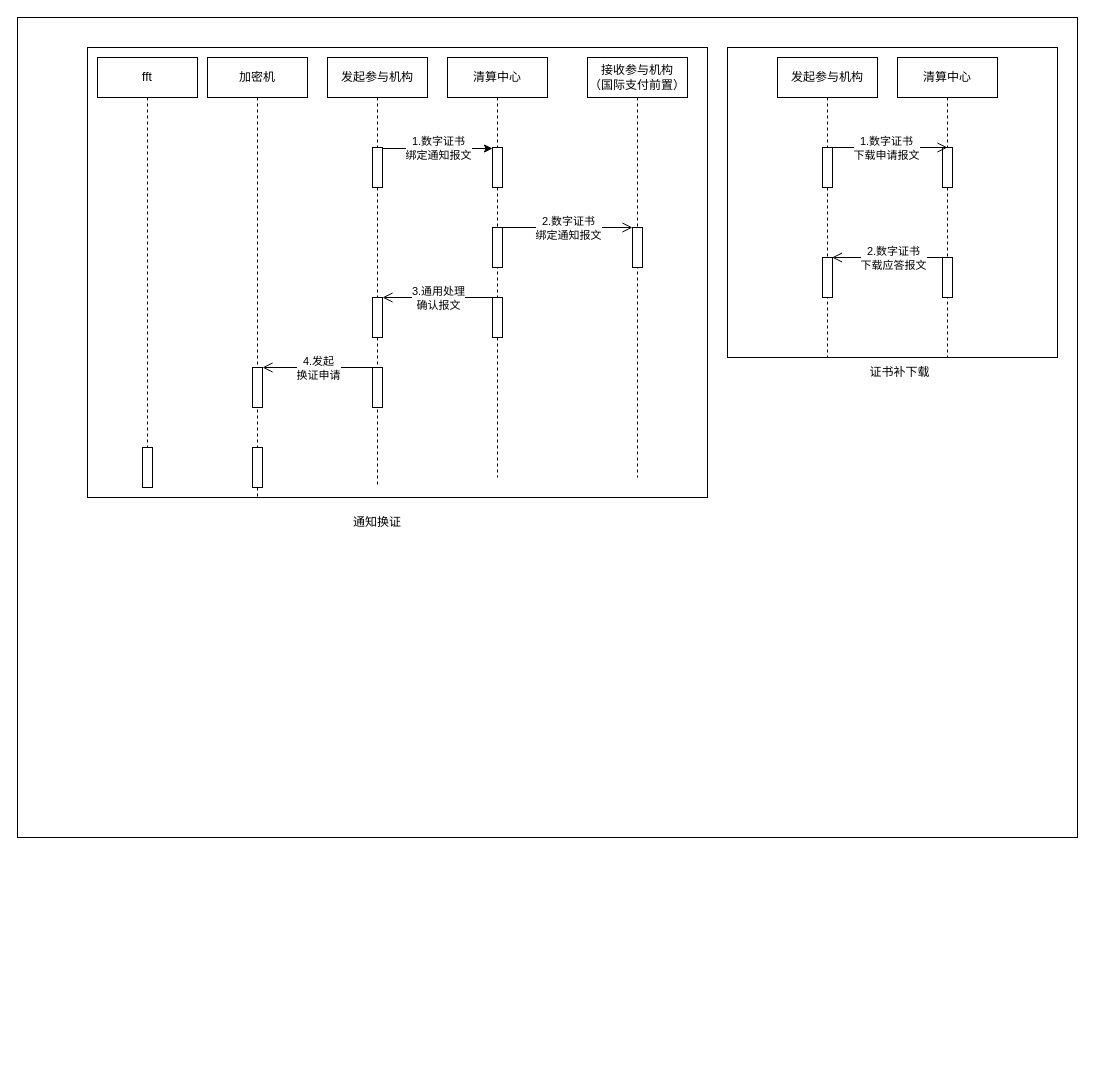
This is 密钥证书改造方案.drawio from wuchenxi123/draw, a draw.io file, before an edit. Source tidied: cells renumbered, new cells numbered last; positions are measured from the earlier drawing's top-left corner, leaving out a move shared by most shapes. Both pictures are drawn from the tidied source at 100%, with x=0, y=0 at pixel (17, 17).
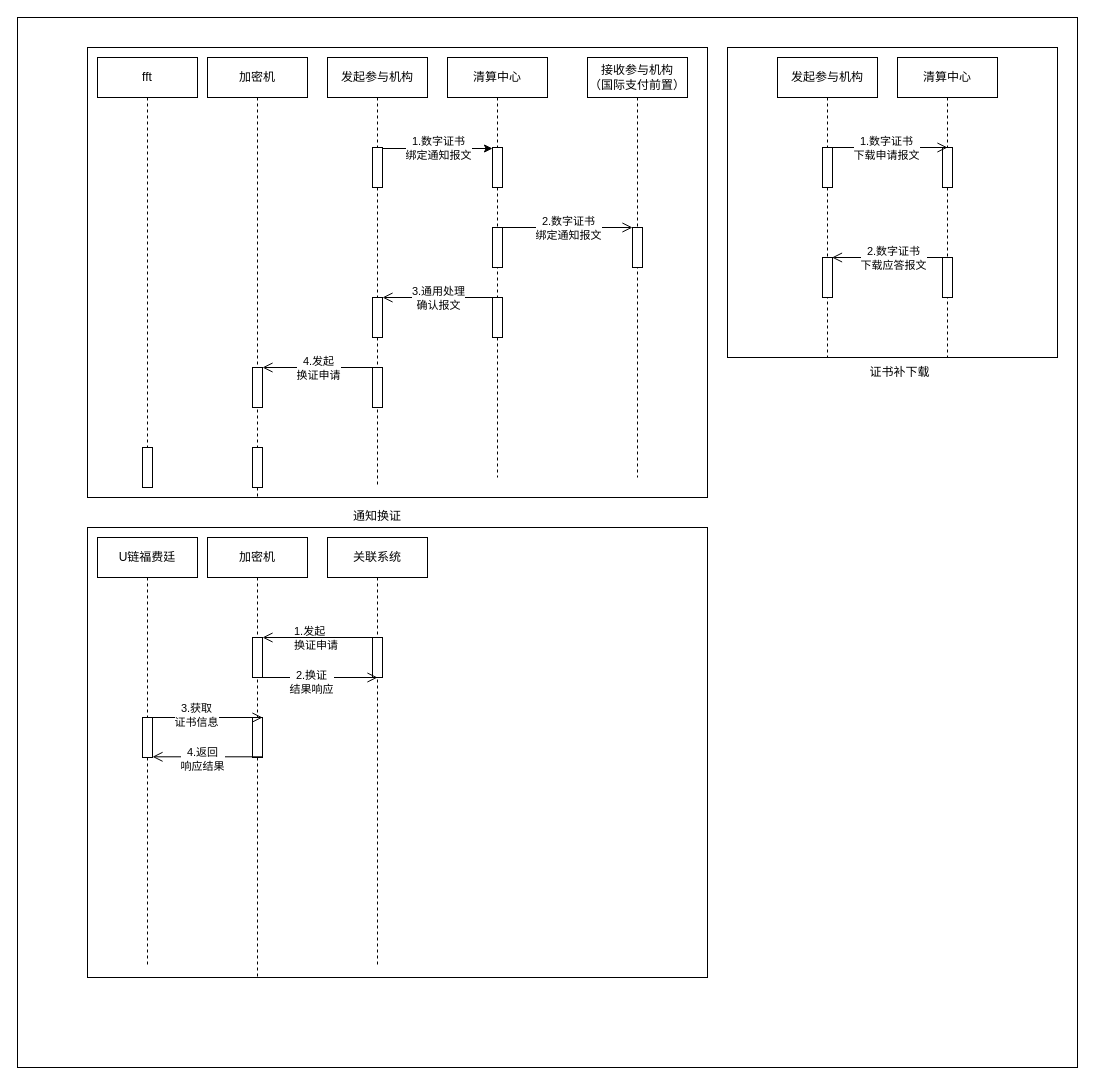
Above is the later version.

Commit message:
密钥证书改造方案.drawio

Change to the diagram source:
```diff
@@
     <mxCell id="2" style="rounded=0;whiteSpace=wrap;html=1;" parent="1" vertex="1">
-      <mxGeometry width="1060" height="820" as="geometry" />
+      <mxGeometry width="1060" height="1050" as="geometry" />
     </mxCell>
@@
     <mxCell id="30" value="通知换证" style="text;html=1;strokeColor=none;fillColor=none;align=center;verticalAlign=middle;whiteSpace=wrap;rounded=0;" parent="1" vertex="1">
-      <mxGeometry x="330" y="490" width="60" height="30" as="geometry" />
+      <mxGeometry x="330" y="484" width="60" height="30" as="geometry" />
     </mxCell>
@@
+    <mxCell id="40" style="rounded=0;whiteSpace=wrap;html=1;" parent="1" vertex="1">
+      <mxGeometry x="70" y="510" width="620" height="450" as="geometry" />
+    </mxCell>
+    <mxCell id="41" value="关联系统" style="shape=umlLifeline;perimeter=lifelinePerimeter;whiteSpace=wrap;html=1;newEdgeStyle={&quot;edgeStyle&quot;:&quot;elbowEdgeStyle&quot;,&quot;elbow&quot;:&quot;vertical&quot;,&quot;curved&quot;:0,&quot;rounded&quot;:0};" parent="1" vertex="1">
+      <mxGeometry x="310" y="520" width="100" height="430" as="geometry" />
+    </mxCell>
+    <mxCell id="42" style="html=1;perimeter=orthogonalPerimeter;targetShapes=umlLifeline;newEdgeStyle={&quot;curved&quot;:0,&quot;rounded&quot;:0};" parent="41" vertex="1">
+      <mxGeometry x="45" y="100" width="10" height="40" as="geometry" />
+    </mxCell>
+    <mxCell id="43" value="加密机" style="shape=umlLifeline;perimeter=lifelinePerimeter;whiteSpace=wrap;html=1;newEdgeStyle={&quot;edgeStyle&quot;:&quot;elbowEdgeStyle&quot;,&quot;elbow&quot;:&quot;vertical&quot;,&quot;curved&quot;:0,&quot;rounded&quot;:0};" parent="1" vertex="1">
+      <mxGeometry x="190" y="520" width="100" height="440" as="geometry" />
+    </mxCell>
+    <mxCell id="44" style="html=1;perimeter=orthogonalPerimeter;targetShapes=umlLifeline;newEdgeStyle={&quot;curved&quot;:0,&quot;rounded&quot;:0};" parent="43" vertex="1">
+      <mxGeometry x="45" y="100" width="10" height="40" as="geometry" />
+    </mxCell>
+    <mxCell id="45" style="html=1;perimeter=orthogonalPerimeter;targetShapes=umlLifeline;newEdgeStyle={&quot;curved&quot;:0,&quot;rounded&quot;:0};" parent="43" vertex="1">
+      <mxGeometry x="45" y="180" width="10" height="40" as="geometry" />
+    </mxCell>
+    <mxCell id="46" style="endArrow=open;startArrow=none;endFill=0;startFill=0;endSize=8;html=1;verticalAlign=bottom;labelBackgroundColor=none;strokeWidth=1;rounded=0;" parent="1" edge="1">
+      <mxGeometry relative="1" as="geometry">
+        <mxPoint x="355" y="620" as="sourcePoint" />
+        <mxPoint x="245" y="620" as="targetPoint" />
+      </mxGeometry>
+    </mxCell>
+    <mxCell id="47" value="U链福费廷" style="shape=umlLifeline;perimeter=lifelinePerimeter;whiteSpace=wrap;html=1;newEdgeStyle={&quot;edgeStyle&quot;:&quot;elbowEdgeStyle&quot;,&quot;elbow&quot;:&quot;vertical&quot;,&quot;curved&quot;:0,&quot;rounded&quot;:0};" parent="1" vertex="1">
+      <mxGeometry x="80" y="520" width="100" height="430" as="geometry" />
+    </mxCell>
+    <mxCell id="48" style="html=1;perimeter=orthogonalPerimeter;targetShapes=umlLifeline;newEdgeStyle={&quot;curved&quot;:0,&quot;rounded&quot;:0};" parent="47" vertex="1">
+      <mxGeometry x="45" y="180" width="10" height="40" as="geometry" />
+    </mxCell>
+    <mxCell id="49" value="&lt;span style=&quot;color: rgb(0, 0, 0); font-family: Helvetica; font-size: 11px; font-style: normal; font-variant-ligatures: normal; font-variant-caps: normal; font-weight: 400; letter-spacing: normal; orphans: 2; text-align: center; text-indent: 0px; text-transform: none; widows: 2; word-spacing: 0px; -webkit-text-stroke-width: 0px; background-color: rgb(255, 255, 255); text-decoration-thickness: initial; text-decoration-style: initial; text-decoration-color: initial; float: none; display: inline !important;&quot;&gt;1.发起&lt;/span&gt;&lt;br style=&quot;border-color: var(--border-color); color: rgb(0, 0, 0); font-family: Helvetica; font-size: 11px; font-style: normal; font-variant-ligatures: normal; font-variant-caps: normal; font-weight: 400; letter-spacing: normal; orphans: 2; text-align: center; text-indent: 0px; text-transform: none; widows: 2; word-spacing: 0px; -webkit-text-stroke-width: 0px; text-decoration-thickness: initial; text-decoration-style: initial; text-decoration-color: initial;&quot;&gt;&lt;span style=&quot;color: rgb(0, 0, 0); font-family: Helvetica; font-size: 11px; font-style: normal; font-variant-ligatures: normal; font-variant-caps: normal; font-weight: 400; letter-spacing: normal; orphans: 2; text-align: center; text-indent: 0px; text-transform: none; widows: 2; word-spacing: 0px; -webkit-text-stroke-width: 0px; background-color: rgb(255, 255, 255); text-decoration-thickness: initial; text-decoration-style: initial; text-decoration-color: initial; float: none; display: inline !important;&quot;&gt;换证申请&lt;/span&gt;" style="text;whiteSpace=wrap;html=1;" parent="1" vertex="1">
+      <mxGeometry x="275" y="600" width="80" height="50" as="geometry" />
+    </mxCell>
+    <mxCell id="50" style="endArrow=open;startArrow=none;endFill=0;startFill=0;endSize=8;html=1;verticalAlign=bottom;labelBackgroundColor=none;strokeWidth=1;rounded=0;" parent="1" edge="1">
+      <mxGeometry relative="1" as="geometry">
+        <mxPoint x="240" y="660" as="sourcePoint" />
+        <mxPoint x="360" y="660" as="targetPoint" />
+      </mxGeometry>
+    </mxCell>
+    <mxCell id="51" value="2.换证&lt;br&gt;结果响应" style="edgeLabel;html=1;align=center;verticalAlign=middle;" parent="50" vertex="1">
+      <mxGeometry x="-0.12" y="-4" relative="1" as="geometry" />
+    </mxCell>
+    <mxCell id="52" style="endArrow=open;startArrow=none;endFill=0;startFill=0;endSize=8;html=1;verticalAlign=bottom;labelBackgroundColor=none;strokeWidth=1;rounded=0;" parent="1" edge="1">
+      <mxGeometry relative="1" as="geometry">
+        <mxPoint x="125" y="700" as="sourcePoint" />
+        <mxPoint x="245" y="700" as="targetPoint" />
+      </mxGeometry>
+    </mxCell>
+    <mxCell id="53" value="3.获取&lt;br&gt;证书信息" style="edgeLabel;html=1;align=center;verticalAlign=middle;" parent="52" vertex="1">
+      <mxGeometry x="-0.13" y="3" relative="1" as="geometry">
+        <mxPoint x="1" as="offset" />
+      </mxGeometry>
+    </mxCell>
+    <mxCell id="54" style="endArrow=open;startArrow=none;endFill=0;startFill=0;endSize=8;html=1;verticalAlign=bottom;labelBackgroundColor=none;strokeWidth=1;rounded=0;" parent="1" edge="1">
+      <mxGeometry relative="1" as="geometry">
+        <mxPoint x="245" y="739.3" as="sourcePoint" />
+        <mxPoint x="135" y="739.3" as="targetPoint" />
+      </mxGeometry>
+    </mxCell>
+    <mxCell id="55" value="4.返回&lt;br&gt;响应结果" style="edgeLabel;html=1;align=center;verticalAlign=middle;" parent="54" vertex="1">
+      <mxGeometry x="0.13" y="2" relative="1" as="geometry">
+        <mxPoint x="1" as="offset" />
+      </mxGeometry>
+    </mxCell>
```
